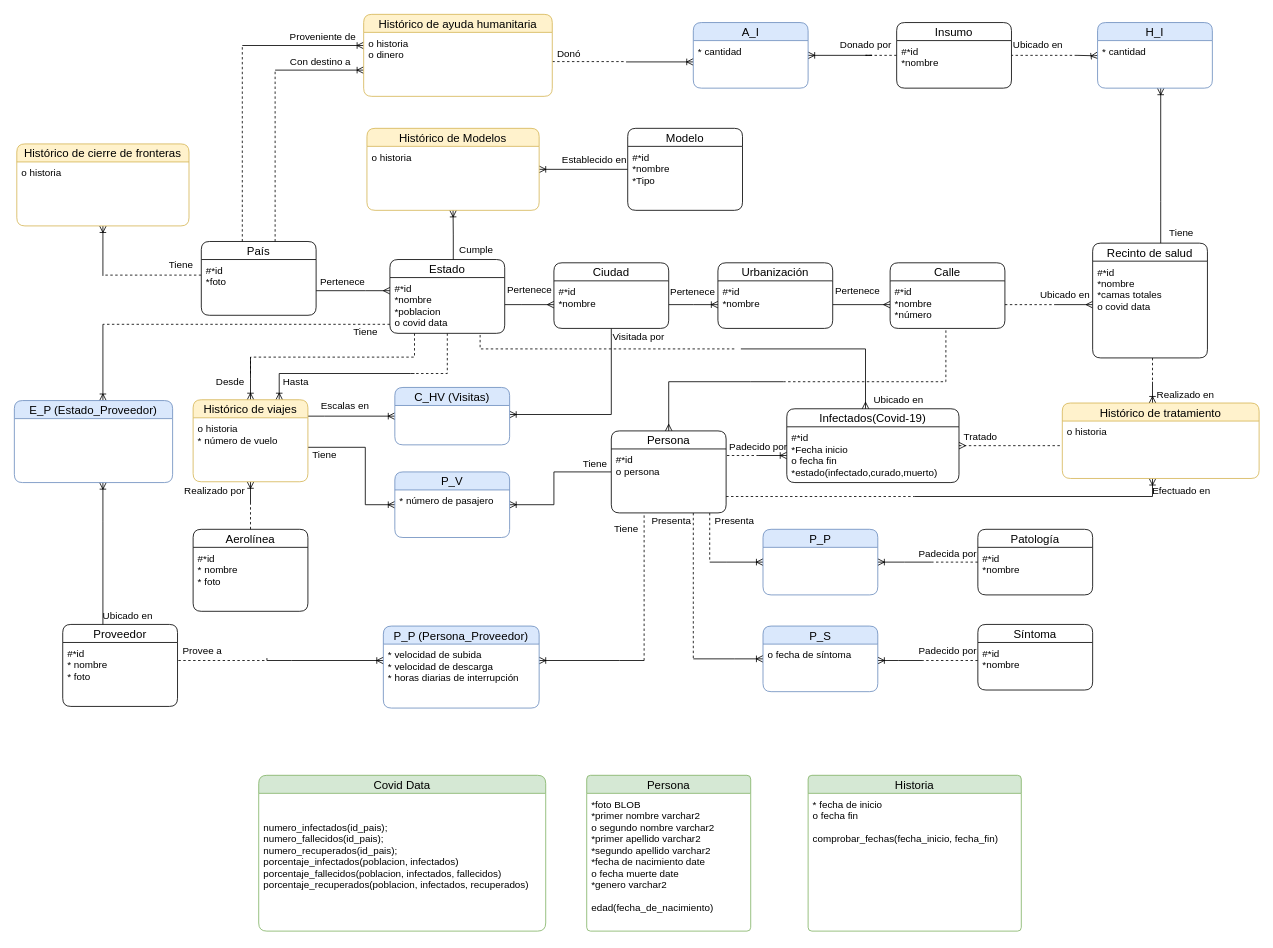
This is DB II/ER_Prototype_2.drawio from NeutronBlast/IS-Ex, a draw.io file, before an edit. Source tidied: cells renumbered, new cells numbered last; positions are measured from the earlier drawing's top-left corner, leaving out a move shared by most shapes. Both pictures are drawn from the tidied source at 82%, with x=0, y=0 at pixel (14, 14).
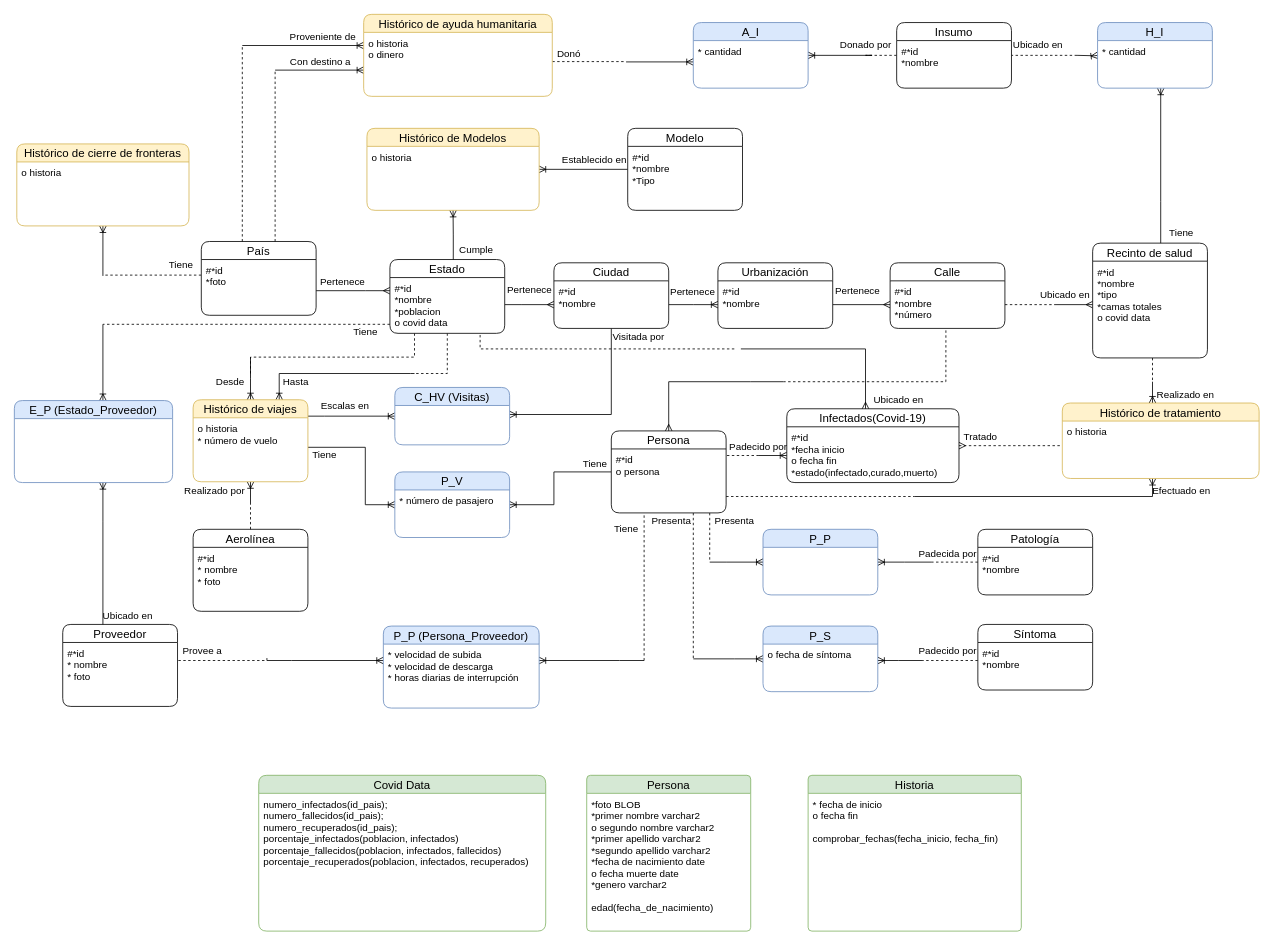
Above is the later version.

The change refers to these unchanged cells:
```xml
<mxCell id="80" value="Recinto de salud" style="swimlane;fontStyle=0;horizontal=1;startSize=22;fillColor=none;swimlaneFillColor=#ffffff;align=center;fontSize=14;rounded=1;" parent="1" vertex="1">
  <mxGeometry x="1315" y="279" width="140" height="140" as="geometry" />
</mxCell>
<mxCell id="82" value="Infectados(Covid-19)" style="swimlane;fontStyle=0;horizontal=1;startSize=22;fillColor=none;swimlaneFillColor=#ffffff;align=center;fontSize=14;rounded=1;" parent="1" vertex="1">
  <mxGeometry x="942" y="481" width="210" height="90" as="geometry" />
</mxCell>
<mxCell id="117" value="Covid Data" style="swimlane;fontStyle=0;horizontal=1;startSize=22;fillColor=#d5e8d4;swimlaneFillColor=#ffffff;align=center;fontSize=14;rounded=1;strokeColor=#82b366;" parent="1" vertex="1">
  <mxGeometry x="298" y="928" width="350" height="190" as="geometry" />
</mxCell>
```

Change to the diagram source:
```diff
@@
-    <mxCell id="81" value="#*id&#10;*nombre&#10;*camas totales&#10;o covid data" style="text;strokeColor=none;fillColor=none;spacingLeft=4;spacingRight=4;overflow=hidden;fontSize=12;" parent="80" vertex="1">
+    <mxCell id="81" value="#*id&#10;*nombre&#10;*tipo&#10;*camas totales&#10;o covid data" style="text;strokeColor=none;fillColor=none;spacingLeft=4;spacingRight=4;overflow=hidden;fontSize=12;" parent="80" vertex="1">
       <mxGeometry y="22" width="140" height="118" as="geometry" />
     </mxCell>
@@
-    <mxCell id="83" value="#*id&#10;*Fecha inicio&#10;o fecha fin&#10;*estado(infectado,curado,muerto)&#10;" style="text;strokeColor=none;fillColor=none;spacingLeft=4;spacingRight=4;overflow=hidden;fontSize=12;" parent="82" vertex="1">
+    <mxCell id="83" value="#*id&#10;*fecha inicio&#10;o fecha fin&#10;*estado(infectado,curado,muerto)&#10;" style="text;strokeColor=none;fillColor=none;spacingLeft=4;spacingRight=4;overflow=hidden;fontSize=12;" parent="82" vertex="1">
       <mxGeometry y="22" width="210" height="68" as="geometry" />
     </mxCell>
@@
-    <mxCell id="118" value="&#10;&#10;numero_infectados(id_pais);&#10;numero_fallecidos(id_pais);&#10;numero_recuperados(id_pais);&#10;porcentaje_infectados(poblacion, infectados)&#10;porcentaje_fallecidos(poblacion, infectados, fallecidos)&#10;porcentaje_recuperados(poblacion, infectados, recuperados)&#10;" style="text;strokeColor=none;fillColor=none;spacingLeft=4;spacingRight=4;overflow=hidden;fontSize=12;" parent="117" vertex="1">
+    <mxCell id="118" value="numero_infectados(id_pais);&#10;numero_fallecidos(id_pais);&#10;numero_recuperados(id_pais);&#10;porcentaje_infectados(poblacion, infectados)&#10;porcentaje_fallecidos(poblacion, infectados, fallecidos)&#10;porcentaje_recuperados(poblacion, infectados, recuperados)&#10;" style="text;strokeColor=none;fillColor=none;spacingLeft=4;spacingRight=4;overflow=hidden;fontSize=12;" parent="117" vertex="1">
       <mxGeometry y="22" width="350" height="168" as="geometry" />
     </mxCell>
```
